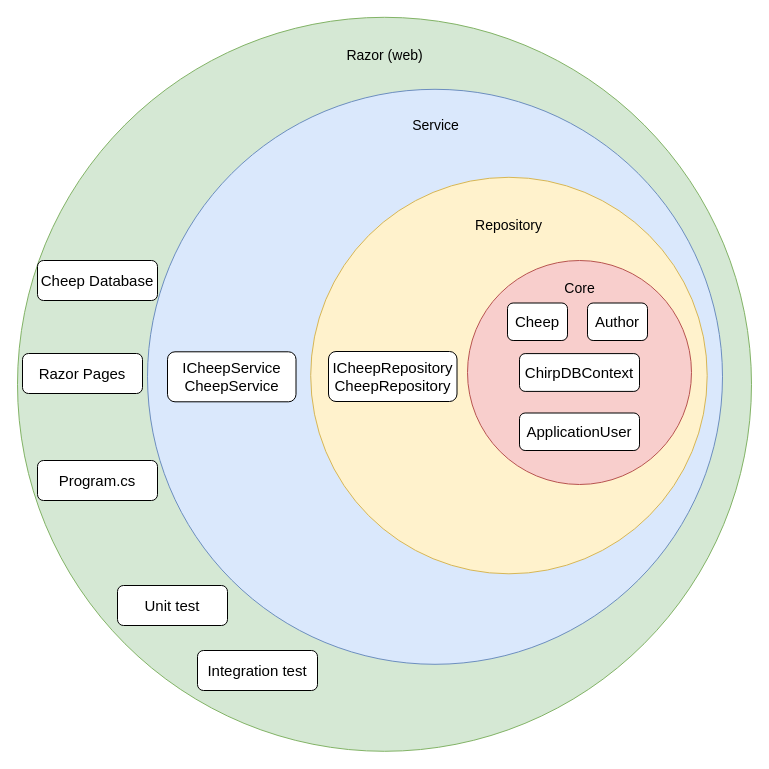
Before: docs/diagrams/Architecture-small.drawio in ITU-BDSA2024-GROUP29/Chirp, a draw.io diagram. Source tidied: cells renumbered, new cells numbered last; positions are measured from the earlier drawing's top-left corner, leaving out a move shared by most shapes. Both pictures are drawn from the tidied source at 100%, with x=0, y=0 at pixel (17, 17).
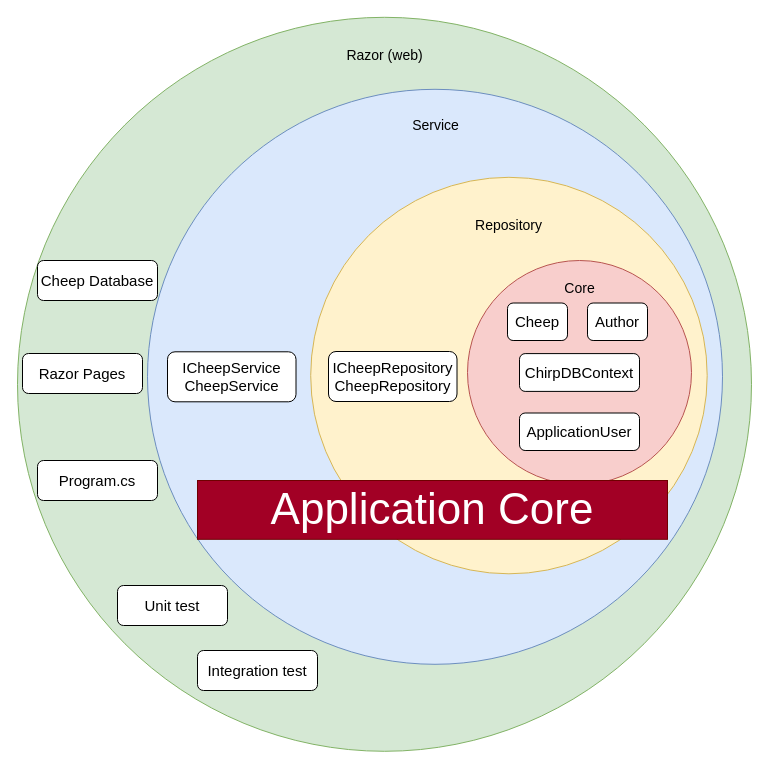
Above is the later version.

Diff of the diagram source:
```diff
@@
+    <mxCell id="24" value="&lt;font style=&quot;font-size: 44px;&quot;&gt;Application Core&lt;/font&gt;" style="rounded=0;whiteSpace=wrap;html=1;fillColor=#a20025;fontColor=#ffffff;strokeColor=#6F0000;" parent="1" vertex="1">
+      <mxGeometry x="180" y="463" width="470" height="58.8" as="geometry" />
+    </mxCell>
```
